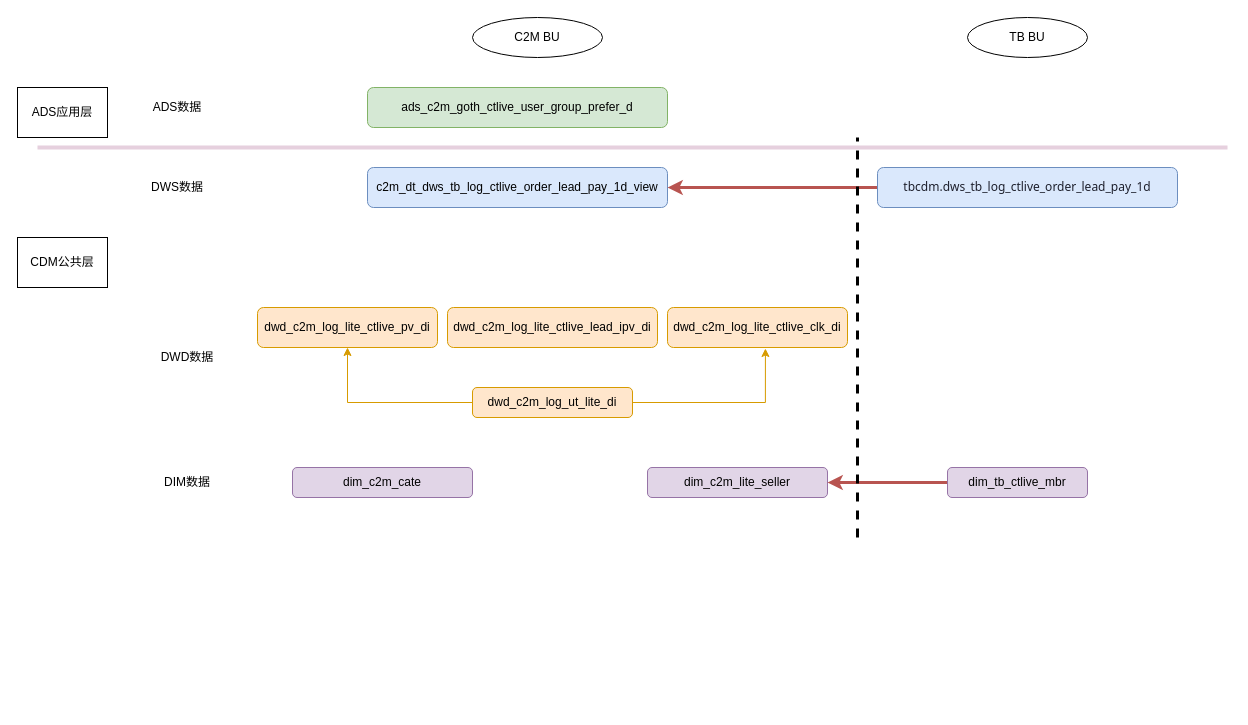
This is 人群-直播间数据流图.drawio from BreakawayChu/breakawaychu.github.com, a draw.io file, before an edit. Source tidied: cells renumbered, new cells numbered last; positions are measured from the earlier drawing's top-left corner, leaving out a move shared by most shapes. Both pictures are drawn from the tidied source at 100%, with x=0, y=0 at pixel (17, 17).
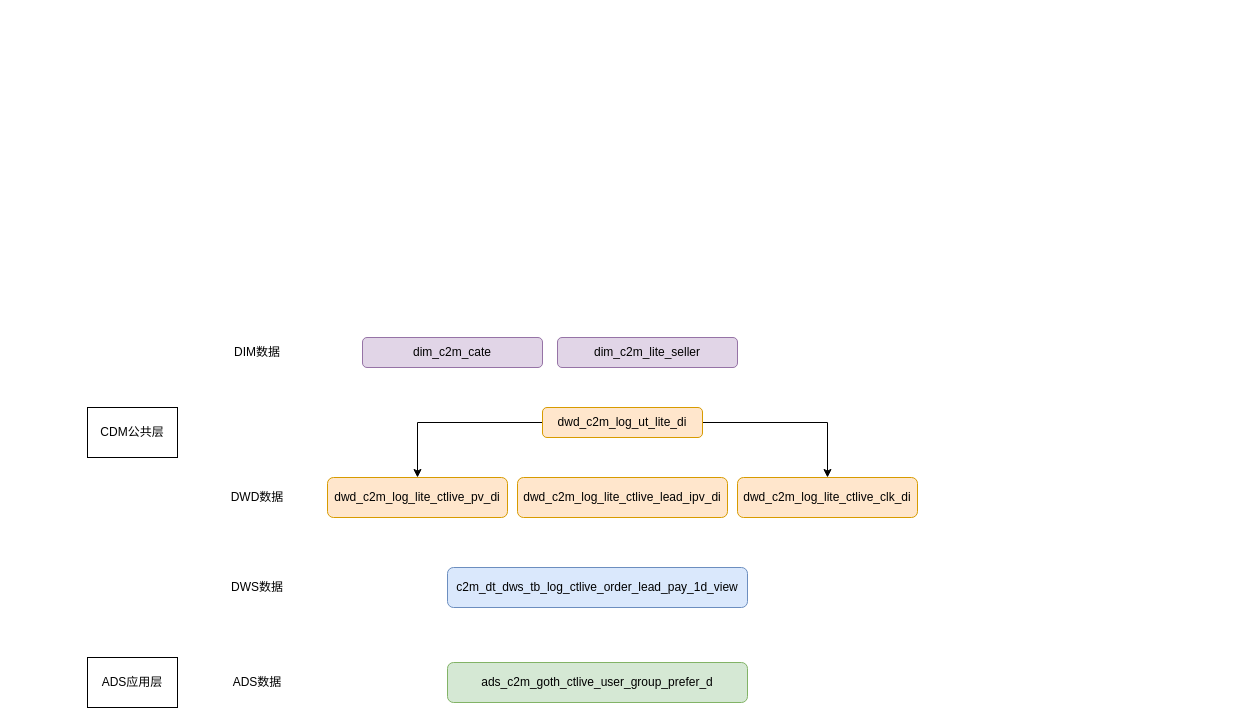
The same page after the edit.

Commit message:
Update 人群-直播间数据流图.drawio

The edit, as a diff of the source:
```diff
@@
     <mxCell id="2" value="dwd_c2m_log_lite_ctlive_pv_di" style="rounded=1;whiteSpace=wrap;html=1;fontSize=12;glass=0;strokeWidth=1;shadow=0;fillColor=#ffe6cc;strokeColor=#d79b00;" parent="1" vertex="1">
-      <mxGeometry x="240" y="290" width="180" height="40" as="geometry" />
+      <mxGeometry x="310" y="460" width="180" height="40" as="geometry" />
     </mxCell>
     <mxCell id="3" value="CDM公共层" style="rounded=0;whiteSpace=wrap;html=1;" parent="1" vertex="1">
-      <mxGeometry y="220" width="90" height="50" as="geometry" />
+      <mxGeometry x="70" y="390" width="90" height="50" as="geometry" />
     </mxCell>
     <mxCell id="4" value="DWD数据" style="text;html=1;strokeColor=none;fillColor=none;align=center;verticalAlign=middle;whiteSpace=wrap;rounded=0;" parent="1" vertex="1">
-      <mxGeometry x="130" y="330" width="80" height="20" as="geometry" />
+      <mxGeometry x="200" y="470" width="80" height="20" as="geometry" />
     </mxCell>
     <mxCell id="5" value="DIM数据" style="text;html=1;strokeColor=none;fillColor=none;align=center;verticalAlign=middle;whiteSpace=wrap;rounded=0;" parent="1" vertex="1">
-      <mxGeometry x="130" y="455" width="80" height="20" as="geometry" />
+      <mxGeometry x="200" y="325" width="80" height="20" as="geometry" />
     </mxCell>
     <mxCell id="6" value="dwd_c2m_log_lite_ctlive_clk_di" style="rounded=1;whiteSpace=wrap;html=1;fontSize=12;glass=0;strokeWidth=1;shadow=0;fillColor=#ffe6cc;strokeColor=#d79b00;" parent="1" vertex="1">
-      <mxGeometry x="650" y="290" width="180" height="40" as="geometry" />
+      <mxGeometry x="720" y="460" width="180" height="40" as="geometry" />
     </mxCell>
     <mxCell id="7" value="dwd_c2m_log_lite_ctlive_lead_ipv_di" style="rounded=1;whiteSpace=wrap;html=1;fontSize=12;glass=0;strokeWidth=1;shadow=0;fillColor=#ffe6cc;strokeColor=#d79b00;" parent="1" vertex="1">
-      <mxGeometry x="430" y="290" width="210" height="40" as="geometry" />
+      <mxGeometry x="500" y="460" width="210" height="40" as="geometry" />
     </mxCell>
     <mxCell id="8" value="DWS数据" style="text;html=1;strokeColor=none;fillColor=none;align=center;verticalAlign=middle;whiteSpace=wrap;rounded=0;" parent="1" vertex="1">
-      <mxGeometry x="120" y="160" width="80" height="20" as="geometry" />
+      <mxGeometry x="200" y="560" width="80" height="20" as="geometry" />
     </mxCell>
     <mxCell id="9" value="c2m_dt_dws_tb_log_ctlive_order_lead_pay_1d_view" style="rounded=1;whiteSpace=wrap;html=1;fontSize=12;glass=0;strokeWidth=1;shadow=0;fillColor=#dae8fc;strokeColor=#6c8ebf;" parent="1" vertex="1">
-      <mxGeometry x="350" y="150" width="300" height="40" as="geometry" />
+      <mxGeometry x="430" y="550" width="300" height="40" as="geometry" />
     </mxCell>
     <mxCell id="10" value="dim_c2m_cate" style="rounded=1;whiteSpace=wrap;html=1;fontSize=12;glass=0;strokeWidth=1;shadow=0;fillColor=#e1d5e7;strokeColor=#9673a6;" parent="1" vertex="1">
-      <mxGeometry x="275" y="450" width="180" height="30" as="geometry" />
+      <mxGeometry x="345" y="320" width="180" height="30" as="geometry" />
     </mxCell>
     <mxCell id="11" value="dim_c2m_lite_seller" style="rounded=1;whiteSpace=wrap;html=1;fontSize=12;glass=0;strokeWidth=1;shadow=0;fillColor=#e1d5e7;strokeColor=#9673a6;" parent="1" vertex="1">
-      <mxGeometry x="630" y="450" width="180" height="30" as="geometry" />
+      <mxGeometry x="540" y="320" width="180" height="30" as="geometry" />
     </mxCell>
-    <mxCell id="12" style="edgeStyle=orthogonalEdgeStyle;rounded=0;jettySize=auto;html=1;entryX=0.5;entryY=1;entryDx=0;entryDy=0;fillColor=#ffe6cc;strokeColor=#d79b00;" parent="1" edge="1" source="14" target="2">
+    <mxCell id="12" style="edgeStyle=orthogonalEdgeStyle;rounded=0;jettySize=auto;html=1;entryX=0.5;entryY=0;entryDx=0;entryDy=0;" parent="1" edge="1" source="14" target="2">
       <mxGeometry relative="1" as="geometry" />
     </mxCell>
-    <mxCell id="13" style="edgeStyle=orthogonalEdgeStyle;rounded=0;jettySize=auto;html=1;entryX=0.544;entryY=1.025;entryDx=0;entryDy=0;entryPerimeter=0;fillColor=#ffe6cc;strokeColor=#d79b00;" parent="1" edge="1" source="14" target="6">
+    <mxCell id="13" style="edgeStyle=orthogonalEdgeStyle;rounded=0;jettySize=auto;html=1;exitX=1;exitY=0.5;exitDx=0;exitDy=0;entryX=0.5;entryY=0;entryDx=0;entryDy=0;" parent="1" edge="1" source="14" target="6">
       <mxGeometry relative="1" as="geometry" />
     </mxCell>
     <mxCell id="14" value="dwd_c2m_log_ut_lite_di" style="rounded=1;whiteSpace=wrap;html=1;fontSize=12;glass=0;strokeWidth=1;shadow=0;fillColor=#ffe6cc;strokeColor=#d79b00;" parent="1" vertex="1">
-      <mxGeometry x="455" y="370" width="160" height="30" as="geometry" />
+      <mxGeometry x="525" y="390" width="160" height="30" as="geometry" />
     </mxCell>
-    <mxCell id="15" style="edgeStyle=orthogonalEdgeStyle;rounded=0;jettySize=auto;html=1;strokeWidth=3;fillColor=#e1d5e7;strokeColor=#B85450;" parent="1" edge="1" source="16" target="11">
-      <mxGeometry relative="1" as="geometry" />
-    </mxCell>
-    <mxCell id="16" value="dim_tb_ctlive_mbr" style="rounded=1;whiteSpace=wrap;html=1;fontSize=12;glass=0;strokeWidth=1;shadow=0;fillColor=#e1d5e7;strokeColor=#9673a6;" parent="1" vertex="1">
-      <mxGeometry x="930" y="450" width="140" height="30" as="geometry" />
-    </mxCell>
-    <mxCell id="17" style="edgeStyle=orthogonalEdgeStyle;rounded=0;jettySize=auto;html=1;exitX=0;exitY=0.5;exitDx=0;exitDy=0;entryX=1;entryY=0.5;entryDx=0;entryDy=0;strokeWidth=3;fillColor=#f8cecc;strokeColor=#B85450;" parent="1" edge="1" source="18" target="9">
-      <mxGeometry relative="1" as="geometry" />
-    </mxCell>
-    <mxCell id="18" value="&lt;span style=&quot;color: rgb(30 , 32 , 45) ; font-family: &amp;#34;opensans&amp;#34; , &amp;#34;tahoma&amp;#34; , &amp;#34;helvetica neue&amp;#34; , &amp;#34;helvetica&amp;#34; , &amp;#34;pingfang sc&amp;#34; , &amp;#34;microsoft yahei&amp;#34; , &amp;#34;arial&amp;#34;&quot;&gt;tbcdm.dws_tb_log_ctlive_order_lead_pay_1d&lt;/span&gt;" style="rounded=1;whiteSpace=wrap;html=1;fontSize=12;glass=0;strokeWidth=1;shadow=0;fillColor=#dae8fc;strokeColor=#6c8ebf;" parent="1" vertex="1">
-      <mxGeometry x="860" y="150" width="300" height="40" as="geometry" />
-    </mxCell>
-    <mxCell id="19" style="endArrow=none;dashed=1;html=1;strokeWidth=3;" parent="1" edge="1">
-      <mxGeometry relative="1" as="geometry">
-        <mxPoint x="840" y="520" as="sourcePoint" />
-        <mxPoint x="840" y="120" as="targetPoint" />
-      </mxGeometry>
-    </mxCell>
-    <mxCell id="20" value="C2M BU" style="ellipse;whiteSpace=wrap;html=1;" parent="1" vertex="1">
-      <mxGeometry x="455" width="130" height="40" as="geometry" />
-    </mxCell>
-    <mxCell id="21" value="TB BU" style="ellipse;whiteSpace=wrap;html=1;" parent="1" vertex="1">
-      <mxGeometry x="950" width="120" height="40" as="geometry" />
-    </mxCell>
     <mxCell id="22" value="ADS数据" style="text;html=1;strokeColor=none;fillColor=none;align=center;verticalAlign=middle;whiteSpace=wrap;rounded=0;" parent="1" vertex="1">
-      <mxGeometry x="120" y="80" width="80" height="20" as="geometry" />
+      <mxGeometry x="200" y="655" width="80" height="20" as="geometry" />
     </mxCell>
     <mxCell id="23" value="ADS应用层" style="rounded=0;whiteSpace=wrap;html=1;" parent="1" vertex="1">
-      <mxGeometry y="70" width="90" height="50" as="geometry" />
+      <mxGeometry x="70" y="640" width="90" height="50" as="geometry" />
     </mxCell>
     <mxCell id="24" value="ads_c2m_goth_ctlive_user_group_prefer_d" style="rounded=1;whiteSpace=wrap;html=1;fontSize=12;glass=0;strokeWidth=1;shadow=0;fillColor=#d5e8d4;strokeColor=#82b366;" parent="1" vertex="1">
-      <mxGeometry x="350" y="70" width="300" height="40" as="geometry" />
+      <mxGeometry x="430" y="645" width="300" height="40" as="geometry" />
     </mxCell>
-    <mxCell id="25" style="endArrow=none;html=1;strokeWidth=4;strokeColor=#E6D0DE;" parent="1" edge="1">
-      <mxGeometry relative="1" as="geometry">
-        <mxPoint x="20" y="130" as="sourcePoint" />
-        <mxPoint x="1210" y="130" as="targetPoint" />
-      </mxGeometry>
-    </mxCell>
```
